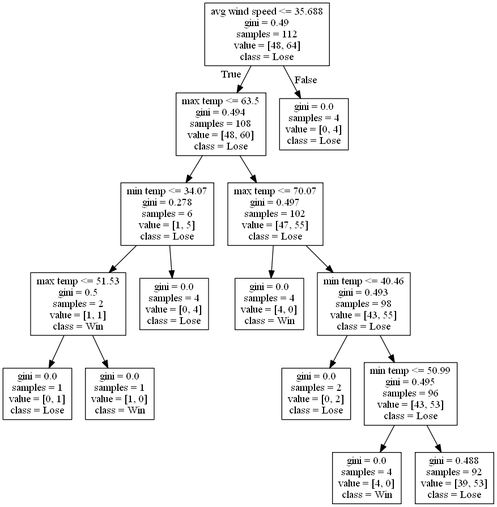
This is DecisionTrees/decision_tree_no_score_or_attendance_test_603.png from alexana-steck/CSE482Project, a Graphviz export, as it was before one commit. Its source is kept beside it as DecisionTrees/decision_tree_no_score_or_attendance_test_603.dot.
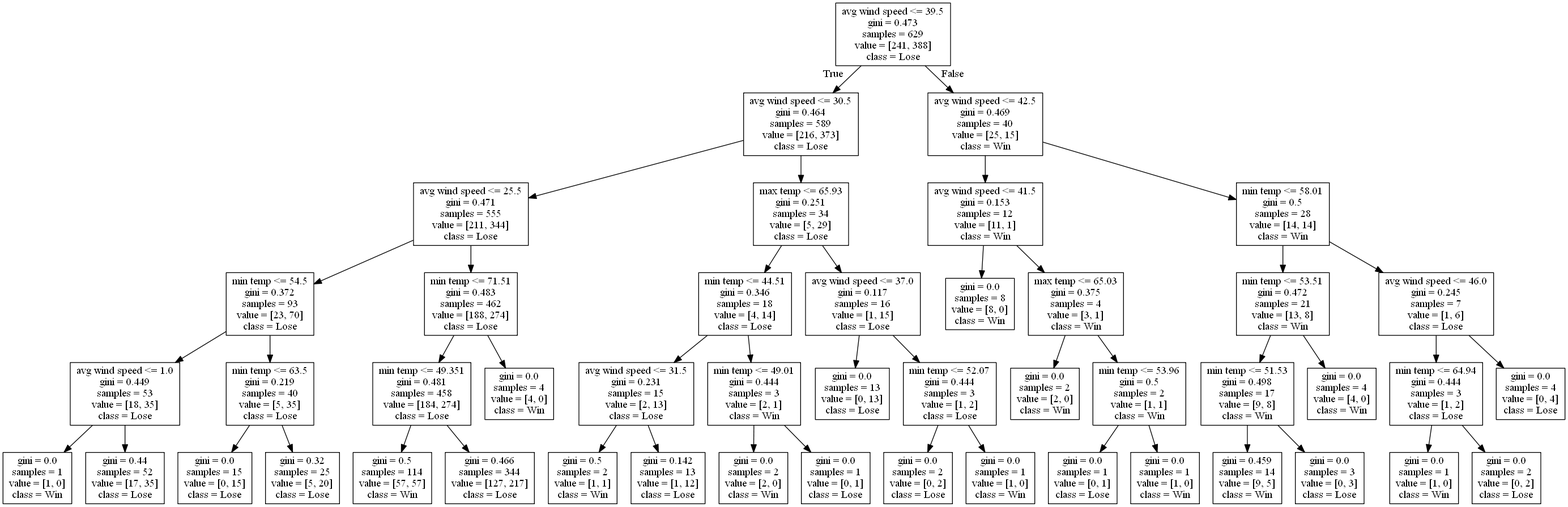
The same diagram one commit later.

Diff of the diagram source:
```diff
@@ -1,32 +1,96 @@
 digraph Tree {
 node [shape=box] ;
-0 [label="avg wind speed <= 35.688\ngini = 0.49\nsamples = 112\nvalue = [48, 64]\nclass = Lose"] ;
-1 [label="max temp <= 63.5\ngini = 0.494\nsamples = 108\nvalue = [48, 60]\nclass = Lose"] ;
+0 [label="avg wind speed <= 39.5\ngini = 0.473\nsamples = 629\nvalue = [241, 388]\nclass = Lose"] ;
+1 [label="avg wind speed <= 30.5\ngini = 0.464\nsamples = 589\nvalue = [216, 373]\nclass = Lose"] ;
 0 -> 1 [labeldistance=2.5, labelangle=45, headlabel="True"] ;
-2 [label="min temp <= 34.07\ngini = 0.278\nsamples = 6\nvalue = [1, 5]\nclass = Lose"] ;
+2 [label="avg wind speed <= 25.5\ngini = 0.471\nsamples = 555\nvalue = [211, 344]\nclass = Lose"] ;
 1 -> 2 ;
-3 [label="max temp <= 51.53\ngini = 0.5\nsamples = 2\nvalue = [1, 1]\nclass = Win"] ;
+3 [label="min temp <= 54.5\ngini = 0.372\nsamples = 93\nvalue = [23, 70]\nclass = Lose"] ;
 2 -> 3 ;
-4 [label="gini = 0.0\nsamples = 1\nvalue = [0, 1]\nclass = Lose"] ;
+4 [label="avg wind speed <= 1.0\ngini = 0.449\nsamples = 53\nvalue = [18, 35]\nclass = Lose"] ;
 3 -> 4 ;
 5 [label="gini = 0.0\nsamples = 1\nvalue = [1, 0]\nclass = Win"] ;
-3 -> 5 ;
-6 [label="gini = 0.0\nsamples = 4\nvalue = [0, 4]\nclass = Lose"] ;
-2 -> 6 ;
-7 [label="max temp <= 70.07\ngini = 0.497\nsamples = 102\nvalue = [47, 55]\nclass = Lose"] ;
-1 -> 7 ;
-8 [label="gini = 0.0\nsamples = 4\nvalue = [4, 0]\nclass = Win"] ;
+4 -> 5 ;
+6 [label="gini = 0.44\nsamples = 52\nvalue = [17, 35]\nclass = Lose"] ;
+4 -> 6 ;
+7 [label="min temp <= 63.5\ngini = 0.219\nsamples = 40\nvalue = [5, 35]\nclass = Lose"] ;
+3 -> 7 ;
+8 [label="gini = 0.0\nsamples = 15\nvalue = [0, 15]\nclass = Lose"] ;
 7 -> 8 ;
-9 [label="min temp <= 40.46\ngini = 0.493\nsamples = 98\nvalue = [43, 55]\nclass = Lose"] ;
+9 [label="gini = 0.32\nsamples = 25\nvalue = [5, 20]\nclass = Lose"] ;
 7 -> 9 ;
-10 [label="gini = 0.0\nsamples = 2\nvalue = [0, 2]\nclass = Lose"] ;
-9 -> 10 ;
-11 [label="min temp <= 50.99\ngini = 0.495\nsamples = 96\nvalue = [43, 53]\nclass = Lose"] ;
-9 -> 11 ;
-12 [label="gini = 0.0\nsamples = 4\nvalue = [4, 0]\nclass = Win"] ;
+10 [label="min temp <= 71.51\ngini = 0.483\nsamples = 462\nvalue = [188, 274]\nclass = Lose"] ;
+2 -> 10 ;
+11 [label="min temp <= 49.351\ngini = 0.481\nsamples = 458\nvalue = [184, 274]\nclass = Lose"] ;
+10 -> 11 ;
+12 [label="gini = 0.5\nsamples = 114\nvalue = [57, 57]\nclass = Win"] ;
 11 -> 12 ;
-13 [label="gini = 0.488\nsamples = 92\nvalue = [39, 53]\nclass = Lose"] ;
+13 [label="gini = 0.466\nsamples = 344\nvalue = [127, 217]\nclass = Lose"] ;
 11 -> 13 ;
-14 [label="gini = 0.0\nsamples = 4\nvalue = [0, 4]\nclass = Lose"] ;
-0 -> 14 [labeldistance=2.5, labelangle=-45, headlabel="False"] ;
+14 [label="gini = 0.0\nsamples = 4\nvalue = [4, 0]\nclass = Win"] ;
+10 -> 14 ;
+15 [label="max temp <= 65.93\ngini = 0.251\nsamples = 34\nvalue = [5, 29]\nclass = Lose"] ;
+1 -> 15 ;
+16 [label="min temp <= 44.51\ngini = 0.346\nsamples = 18\nvalue = [4, 14]\nclass = Lose"] ;
+15 -> 16 ;
+17 [label="avg wind speed <= 31.5\ngini = 0.231\nsamples = 15\nvalue = [2, 13]\nclass = Lose"] ;
+16 -> 17 ;
+18 [label="gini = 0.5\nsamples = 2\nvalue = [1, 1]\nclass = Win"] ;
+17 -> 18 ;
+19 [label="gini = 0.142\nsamples = 13\nvalue = [1, 12]\nclass = Lose"] ;
+17 -> 19 ;
+20 [label="min temp <= 49.01\ngini = 0.444\nsamples = 3\nvalue = [2, 1]\nclass = Win"] ;
+16 -> 20 ;
+21 [label="gini = 0.0\nsamples = 2\nvalue = [2, 0]\nclass = Win"] ;
+20 -> 21 ;
+22 [label="gini = 0.0\nsamples = 1\nvalue = [0, 1]\nclass = Lose"] ;
+20 -> 22 ;
+23 [label="avg wind speed <= 37.0\ngini = 0.117\nsamples = 16\nvalue = [1, 15]\nclass = Lose"] ;
+15 -> 23 ;
+24 [label="gini = 0.0\nsamples = 13\nvalue = [0, 13]\nclass = Lose"] ;
+23 -> 24 ;
+25 [label="min temp <= 52.07\ngini = 0.444\nsamples = 3\nvalue = [1, 2]\nclass = Lose"] ;
+23 -> 25 ;
+26 [label="gini = 0.0\nsamples = 2\nvalue = [0, 2]\nclass = Lose"] ;
+25 -> 26 ;
+27 [label="gini = 0.0\nsamples = 1\nvalue = [1, 0]\nclass = Win"] ;
+25 -> 27 ;
+28 [label="avg wind speed <= 42.5\ngini = 0.469\nsamples = 40\nvalue = [25, 15]\nclass = Win"] ;
+0 -> 28 [labeldistance=2.5, labelangle=-45, headlabel="False"] ;
+29 [label="avg wind speed <= 41.5\ngini = 0.153\nsamples = 12\nvalue = [11, 1]\nclass = Win"] ;
+28 -> 29 ;
+30 [label="gini = 0.0\nsamples = 8\nvalue = [8, 0]\nclass = Win"] ;
+29 -> 30 ;
+31 [label="max temp <= 65.03\ngini = 0.375\nsamples = 4\nvalue = [3, 1]\nclass = Win"] ;
+29 -> 31 ;
+32 [label="gini = 0.0\nsamples = 2\nvalue = [2, 0]\nclass = Win"] ;
+31 -> 32 ;
+33 [label="min temp <= 53.96\ngini = 0.5\nsamples = 2\nvalue = [1, 1]\nclass = Win"] ;
+31 -> 33 ;
+34 [label="gini = 0.0\nsamples = 1\nvalue = [0, 1]\nclass = Lose"] ;
+33 -> 34 ;
+35 [label="gini = 0.0\nsamples = 1\nvalue = [1, 0]\nclass = Win"] ;
+33 -> 35 ;
+36 [label="min temp <= 58.01\ngini = 0.5\nsamples = 28\nvalue = [14, 14]\nclass = Win"] ;
+28 -> 36 ;
+37 [label="min temp <= 53.51\ngini = 0.472\nsamples = 21\nvalue = [13, 8]\nclass = Win"] ;
+36 -> 37 ;
+38 [label="min temp <= 51.53\ngini = 0.498\nsamples = 17\nvalue = [9, 8]\nclass = Win"] ;
+37 -> 38 ;
+39 [label="gini = 0.459\nsamples = 14\nvalue = [9, 5]\nclass = Win"] ;
+38 -> 39 ;
+40 [label="gini = 0.0\nsamples = 3\nvalue = [0, 3]\nclass = Lose"] ;
+38 -> 40 ;
+41 [label="gini = 0.0\nsamples = 4\nvalue = [4, 0]\nclass = Win"] ;
+37 -> 41 ;
+42 [label="avg wind speed <= 46.0\ngini = 0.245\nsamples = 7\nvalue = [1, 6]\nclass = Lose"] ;
+36 -> 42 ;
+43 [label="min temp <= 64.94\ngini = 0.444\nsamples = 3\nvalue = [1, 2]\nclass = Lose"] ;
+42 -> 43 ;
+44 [label="gini = 0.0\nsamples = 1\nvalue = [1, 0]\nclass = Win"] ;
+43 -> 44 ;
+45 [label="gini = 0.0\nsamples = 2\nvalue = [0, 2]\nclass = Lose"] ;
+43 -> 45 ;
+46 [label="gini = 0.0\nsamples = 4\nvalue = [0, 4]\nclass = Lose"] ;
+42 -> 46 ;
 }
```
